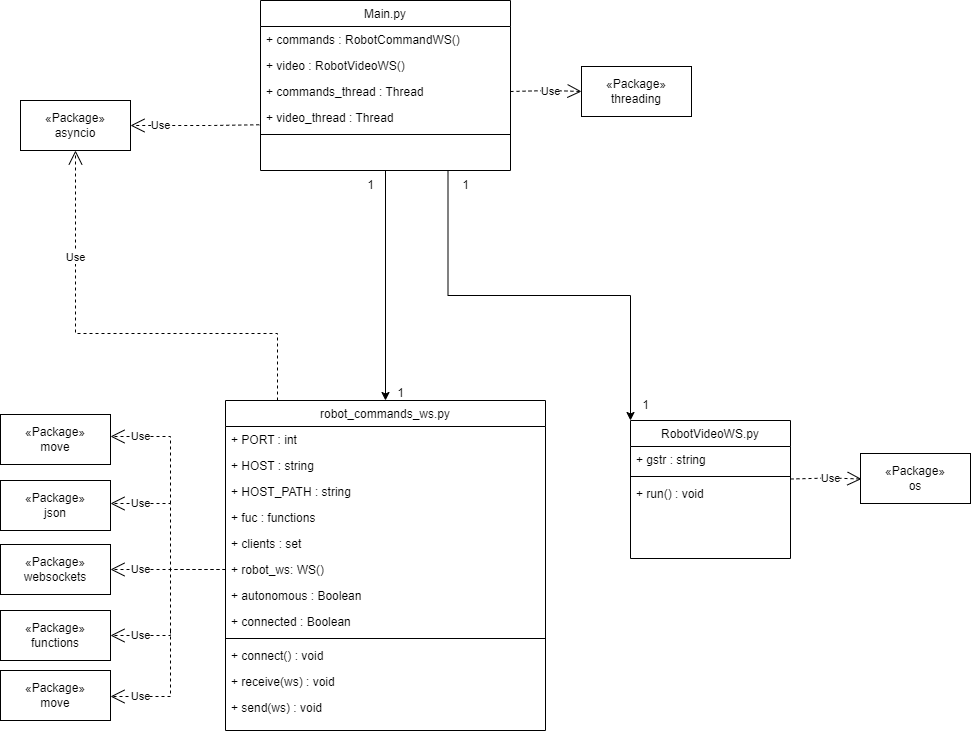
Before: documentation/docs/system-architecture/assets/Architecture_TREAD_BOT.png, a diagram exported from draw.io (Capstone-Projects-2023-Spring/project-robocontrol). Source tidied: cells renumbered, new cells last; positions are measured from the earlier drawing's top-left corner, leaving out a move shared by most shapes.
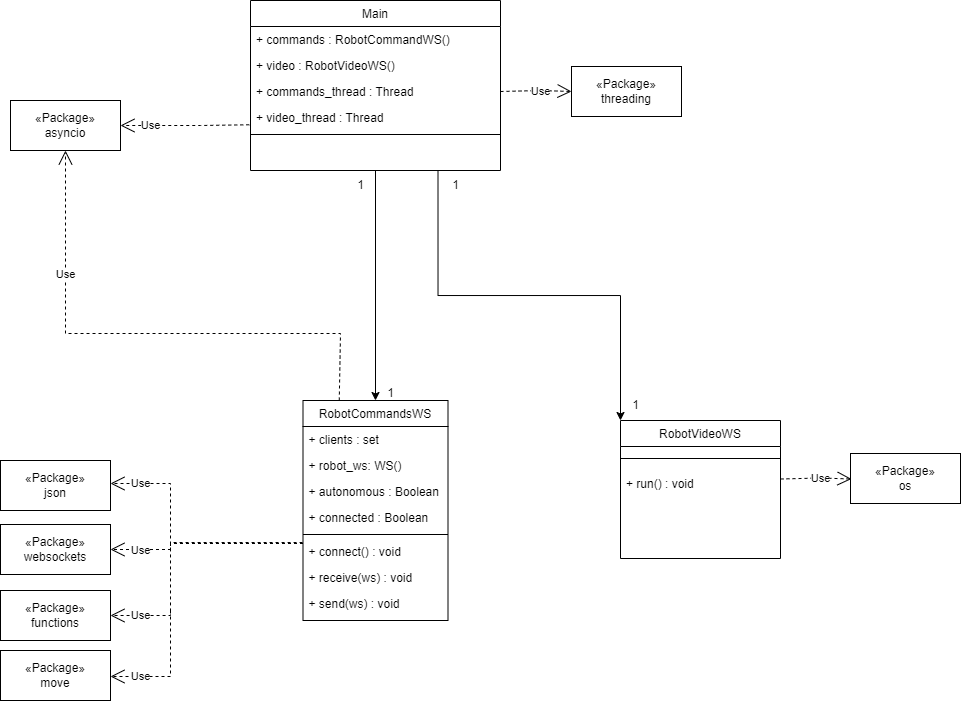
Later version of the same file.

Commit message:
Updates and corrections to tread-bot and open cv

Change to the diagram source:
```diff
@@ -8,7 +8,7 @@
     <mxCell id="3" style="edgeStyle=orthogonalEdgeStyle;rounded=0;jettySize=auto;html=1;exitX=0.75;exitY=1;exitDx=0;exitDy=0;entryX=0;entryY=0;entryDx=0;entryDy=0;" parent="1" edge="1" source="4" target="23">
       <mxGeometry relative="1" as="geometry" />
     </mxCell>
-    <mxCell id="4" value="Main.py" style="swimlane;fontStyle=0;align=center;verticalAlign=top;horizontal=1;startSize=26;rounded=0;shadow=0;strokeWidth=1;" parent="1" vertex="1">
+    <mxCell id="4" value="Main" style="swimlane;fontStyle=0;align=center;verticalAlign=top;horizontal=1;startSize=26;rounded=0;shadow=0;strokeWidth=1;" parent="1" vertex="1">
       <mxGeometry x="260" width="250" height="170" as="geometry" />
     </mxCell>
     <mxCell id="5" value="+ commands : RobotCommandWS()" style="text;align=left;verticalAlign=top;spacingLeft=4;spacingRight=4;overflow=hidden;" parent="4" vertex="1">
@@ -26,56 +26,41 @@
     <mxCell id="9" style="line;html=1;strokeWidth=1;align=left;verticalAlign=middle;spacingTop=-1;spacingLeft=3;spacingRight=3;labelPosition=right;" parent="4" vertex="1">
       <mxGeometry y="130" width="250" height="8" as="geometry" />
     </mxCell>
-    <mxCell id="10" value="robot_commands_ws.py" style="swimlane;fontStyle=0;align=center;verticalAlign=top;horizontal=1;startSize=26;rounded=0;shadow=0;strokeWidth=1;" parent="1" vertex="1">
-      <mxGeometry x="225" y="400" width="320" height="330" as="geometry" />
+    <mxCell id="10" value="RobotCommandsWS" style="swimlane;fontStyle=0;align=center;verticalAlign=top;horizontal=1;startSize=26;rounded=0;shadow=0;strokeWidth=1;" parent="1" vertex="1">
+      <mxGeometry x="312.5" y="400" width="145" height="220" as="geometry" />
     </mxCell>
-    <mxCell id="11" value="+ PORT : int" style="text;align=left;verticalAlign=top;spacingLeft=4;spacingRight=4;overflow=hidden;" parent="10" vertex="1">
-      <mxGeometry y="26" width="320" height="26" as="geometry" />
-    </mxCell>
-    <mxCell id="12" value="+ HOST : string" style="text;align=left;verticalAlign=top;spacingLeft=4;spacingRight=4;overflow=hidden;" parent="10" vertex="1">
-      <mxGeometry y="52" width="320" height="26" as="geometry" />
-    </mxCell>
-    <mxCell id="13" value="+ HOST_PATH : string" style="text;align=left;verticalAlign=top;spacingLeft=4;spacingRight=4;overflow=hidden;" parent="10" vertex="1">
-      <mxGeometry y="78" width="320" height="26" as="geometry" />
-    </mxCell>
-    <mxCell id="14" value="+ fuc : functions" style="text;align=left;verticalAlign=top;spacingLeft=4;spacingRight=4;overflow=hidden;" parent="10" vertex="1">
-      <mxGeometry y="104" width="320" height="26" as="geometry" />
-    </mxCell>
     <mxCell id="15" value="+ clients : set" style="text;align=left;verticalAlign=top;spacingLeft=4;spacingRight=4;overflow=hidden;" parent="10" vertex="1">
-      <mxGeometry y="130" width="320" height="26" as="geometry" />
+      <mxGeometry y="26" width="145" height="26" as="geometry" />
     </mxCell>
     <mxCell id="16" value="+ robot_ws: WS()" style="text;align=left;verticalAlign=top;spacingLeft=4;spacingRight=4;overflow=hidden;points=[[0,0.5],[1,0.5]];portConstraint=eastwest;" parent="10" vertex="1">
-      <mxGeometry y="156" width="320" height="26" as="geometry" />
+      <mxGeometry y="52" width="145" height="26" as="geometry" />
     </mxCell>
     <mxCell id="17" value="+ autonomous : Boolean" style="text;align=left;verticalAlign=top;spacingLeft=4;spacingRight=4;overflow=hidden;" parent="10" vertex="1">
-      <mxGeometry y="182" width="320" height="26" as="geometry" />
+      <mxGeometry y="78" width="145" height="26" as="geometry" />
     </mxCell>
     <mxCell id="18" value="+ connected : Boolean" style="text;align=left;verticalAlign=top;spacingLeft=4;spacingRight=4;overflow=hidden;" parent="10" vertex="1">
-      <mxGeometry y="208" width="320" height="26" as="geometry" />
+      <mxGeometry y="104" width="145" height="26" as="geometry" />
     </mxCell>
     <mxCell id="19" style="line;html=1;strokeWidth=1;align=left;verticalAlign=middle;spacingTop=-1;spacingLeft=3;spacingRight=3;labelPosition=right;" parent="10" vertex="1">
-      <mxGeometry y="234" width="320" height="8" as="geometry" />
+      <mxGeometry y="130" width="145" height="8" as="geometry" />
     </mxCell>
     <mxCell id="20" value="+ connect() : void" style="text;align=left;verticalAlign=top;spacingLeft=4;spacingRight=4;overflow=hidden;points=[[0,0.5],[1,0.5]];portConstraint=eastwest;" parent="10" vertex="1">
-      <mxGeometry y="242" width="320" height="26" as="geometry" />
+      <mxGeometry y="138" width="145" height="26" as="geometry" />
     </mxCell>
     <mxCell id="21" value="+ receive(ws) : void" style="text;align=left;verticalAlign=top;spacingLeft=4;spacingRight=4;overflow=hidden;" parent="10" vertex="1">
-      <mxGeometry y="268" width="320" height="26" as="geometry" />
+      <mxGeometry y="164" width="145" height="26" as="geometry" />
     </mxCell>
     <mxCell id="22" value="+ send(ws) : void" style="text;align=left;verticalAlign=top;spacingLeft=4;spacingRight=4;overflow=hidden;" parent="10" vertex="1">
-      <mxGeometry y="294" width="320" height="26" as="geometry" />
+      <mxGeometry y="190" width="145" height="26" as="geometry" />
     </mxCell>
-    <mxCell id="23" value="RobotVideoWS.py" style="swimlane;fontStyle=0;align=center;verticalAlign=top;horizontal=1;startSize=26;rounded=0;shadow=0;strokeWidth=1;" parent="1" vertex="1">
+    <mxCell id="23" value="RobotVideoWS" style="swimlane;fontStyle=0;align=center;verticalAlign=top;horizontal=1;startSize=26;rounded=0;shadow=0;strokeWidth=1;" parent="1" vertex="1">
       <mxGeometry x="630" y="420" width="160" height="138" as="geometry" />
     </mxCell>
-    <mxCell id="24" value="+ gstr : string" style="text;align=left;verticalAlign=top;spacingLeft=4;spacingRight=4;overflow=hidden;" parent="23" vertex="1">
-      <mxGeometry y="26" width="160" height="26" as="geometry" />
-    </mxCell>
     <mxCell id="25" style="line;html=1;strokeWidth=1;align=left;verticalAlign=middle;spacingTop=-1;spacingLeft=3;spacingRight=3;labelPosition=right;" parent="23" vertex="1">
-      <mxGeometry y="52" width="160" height="8" as="geometry" />
+      <mxGeometry y="26" width="160" height="24" as="geometry" />
     </mxCell>
     <mxCell id="26" value="+ run() : void" style="text;align=left;verticalAlign=top;spacingLeft=4;spacingRight=4;overflow=hidden;" parent="23" vertex="1">
-      <mxGeometry y="60" width="160" height="26" as="geometry" />
+      <mxGeometry y="50" width="160" height="26" as="geometry" />
     </mxCell>
     <mxCell id="27" value="«Package»&lt;br&gt;threading" style="html=1;whiteSpace=wrap;" parent="1" vertex="1">
       <mxGeometry x="581" y="66" width="110" height="50" as="geometry" />
@@ -84,22 +69,19 @@
       <mxGeometry x="860" y="453" width="110" height="50" as="geometry" />
     </mxCell>
     <mxCell id="29" value="«Package»&lt;br&gt;json" style="html=1;whiteSpace=wrap;" parent="1" vertex="1">
-      <mxGeometry y="480" width="110" height="50" as="geometry" />
+      <mxGeometry x="10" y="460" width="110" height="50" as="geometry" />
     </mxCell>
     <mxCell id="30" value="«Package»&lt;br&gt;asyncio" style="html=1;whiteSpace=wrap;" parent="1" vertex="1">
       <mxGeometry x="20" y="100" width="110" height="50" as="geometry" />
     </mxCell>
     <mxCell id="31" value="«Package»&lt;br&gt;websockets" style="html=1;whiteSpace=wrap;" parent="1" vertex="1">
-      <mxGeometry y="544" width="110" height="50" as="geometry" />
+      <mxGeometry x="10" y="524" width="110" height="50" as="geometry" />
     </mxCell>
-    <mxCell id="32" value="«Package»&lt;br&gt;move" style="html=1;whiteSpace=wrap;" parent="1" vertex="1">
-      <mxGeometry y="414" width="110" height="50" as="geometry" />
-    </mxCell>
     <mxCell id="33" value="«Package»&lt;br&gt;functions" style="html=1;whiteSpace=wrap;" parent="1" vertex="1">
-      <mxGeometry y="610" width="110" height="50" as="geometry" />
+      <mxGeometry x="10" y="590" width="110" height="50" as="geometry" />
     </mxCell>
     <mxCell id="34" value="«Package»&lt;br&gt;move" style="html=1;whiteSpace=wrap;" parent="1" vertex="1">
-      <mxGeometry y="670" width="110" height="50" as="geometry" />
+      <mxGeometry x="10" y="650" width="110" height="50" as="geometry" />
     </mxCell>
     <mxCell id="35" value="1" style="text;html=1;align=center;verticalAlign=middle;strokeColor=none;fillColor=none;" parent="1" vertex="1">
       <mxGeometry x="385" y="378" width="30" height="30" as="geometry" />
@@ -113,52 +95,46 @@
     <mxCell id="38" value="1" style="text;html=1;align=center;verticalAlign=middle;strokeColor=none;fillColor=none;" parent="1" vertex="1">
       <mxGeometry x="630" y="390" width="30" height="30" as="geometry" />
     </mxCell>
-    <mxCell id="39" value="Use" style="endArrow=open;endSize=12;dashed=1;html=1;rounded=0;entryX=1;entryY=0.5;entryDx=0;entryDy=0;exitX=0;exitY=0.5;exitDx=0;exitDy=0;" parent="1" edge="1" source="16" target="31">
-      <mxGeometry x="0.48" relative="1" as="geometry" />
+    <mxCell id="39" value="Use" style="endArrow=open;endSize=12;dashed=1;html=1;rounded=0;entryX=1;entryY=0.5;entryDx=0;entryDy=0;exitX=0;exitY=0.192;exitDx=0;exitDy=0;exitPerimeter=0;" parent="1" edge="1" source="20" target="31">
+      <mxGeometry x="0.7" y="1" relative="1" as="geometry">
+        <Array as="points">
+          <mxPoint x="180" y="543" />
+          <mxPoint x="180" y="549" />
+        </Array>
+      </mxGeometry>
     </mxCell>
-    <mxCell id="40" value="Use" style="endArrow=open;endSize=12;dashed=1;html=1;rounded=0;entryX=1;entryY=0.5;entryDx=0;entryDy=0;exitX=0;exitY=0.5;exitDx=0;exitDy=0;" parent="1" edge="1" source="16" target="33">
-      <mxGeometry x="0.67" relative="1" as="geometry">
+    <mxCell id="40" value="Use" style="endArrow=open;endSize=12;dashed=1;html=1;rounded=0;entryX=1;entryY=0.5;entryDx=0;entryDy=0;exitX=-0.003;exitY=0.154;exitDx=0;exitDy=0;exitPerimeter=0;" parent="1" edge="1" source="20" target="33">
+      <mxGeometry x="0.77" relative="1" as="geometry">
         <Array as="points">
-          <mxPoint x="170" y="569" />
-          <mxPoint x="170" y="635" />
+          <mxPoint x="180" y="542" />
+          <mxPoint x="180" y="615" />
         </Array>
       </mxGeometry>
     </mxCell>
     <mxCell id="41" value="Use" style="endArrow=open;endSize=12;dashed=1;html=1;rounded=0;entryX=1;entryY=0.5;entryDx=0;entryDy=0;" parent="1" edge="1">
       <mxGeometry x="0.52" relative="1" as="geometry">
-        <mxPoint x="170" y="630" as="sourcePoint" />
-        <mxPoint x="110" y="696" as="targetPoint" />
+        <mxPoint x="180" y="610" as="sourcePoint" />
+        <mxPoint x="120" y="676" as="targetPoint" />
         <Array as="points">
-          <mxPoint x="170" y="630" />
-          <mxPoint x="170" y="696" />
+          <mxPoint x="180" y="610" />
+          <mxPoint x="180" y="676" />
         </Array>
       </mxGeometry>
     </mxCell>
     <mxCell id="42" value="Use" style="endArrow=open;endSize=12;dashed=1;html=1;rounded=0;entryX=1;entryY=0.5;entryDx=0;entryDy=0;" parent="1" edge="1">
       <mxGeometry x="0.53" relative="1" as="geometry">
-        <mxPoint x="170" y="570" as="sourcePoint" />
-        <mxPoint x="110" y="503" as="targetPoint" />
+        <mxPoint x="180" y="550" as="sourcePoint" />
+        <mxPoint x="120" y="483" as="targetPoint" />
         <Array as="points">
-          <mxPoint x="170" y="503" />
-          <mxPoint x="160" y="503" />
+          <mxPoint x="180" y="483" />
+          <mxPoint x="170" y="483" />
         </Array>
       </mxGeometry>
     </mxCell>
-    <mxCell id="43" value="Use" style="endArrow=open;endSize=12;dashed=1;html=1;rounded=0;entryX=1;entryY=0.5;entryDx=0;entryDy=0;" parent="1" edge="1">
-      <mxGeometry x="0.53" relative="1" as="geometry">
-        <mxPoint x="170" y="503" as="sourcePoint" />
-        <mxPoint x="110" y="436" as="targetPoint" />
-        <Array as="points">
-          <mxPoint x="170" y="436" />
-          <mxPoint x="160" y="436" />
-        </Array>
-      </mxGeometry>
-    </mxCell>
-    <mxCell id="44" value="Use" style="endArrow=open;endSize=12;dashed=1;html=1;rounded=0;entryX=0.5;entryY=1;entryDx=0;entryDy=0;" parent="1" edge="1" target="30">
+    <mxCell id="44" value="Use" style="endArrow=open;endSize=12;dashed=1;html=1;rounded=0;entryX=0.5;entryY=1;entryDx=0;entryDy=0;exitX=0.25;exitY=0;exitDx=0;exitDy=0;" parent="1" edge="1" source="10" target="30">
       <mxGeometry x="0.53" relative="1" as="geometry">
-        <mxPoint x="277" y="400" as="sourcePoint" />
         <Array as="points">
-          <mxPoint x="277" y="333" />
+          <mxPoint x="350" y="333" />
           <mxPoint x="75" y="333" />
         </Array>
       </mxGeometry>
```
